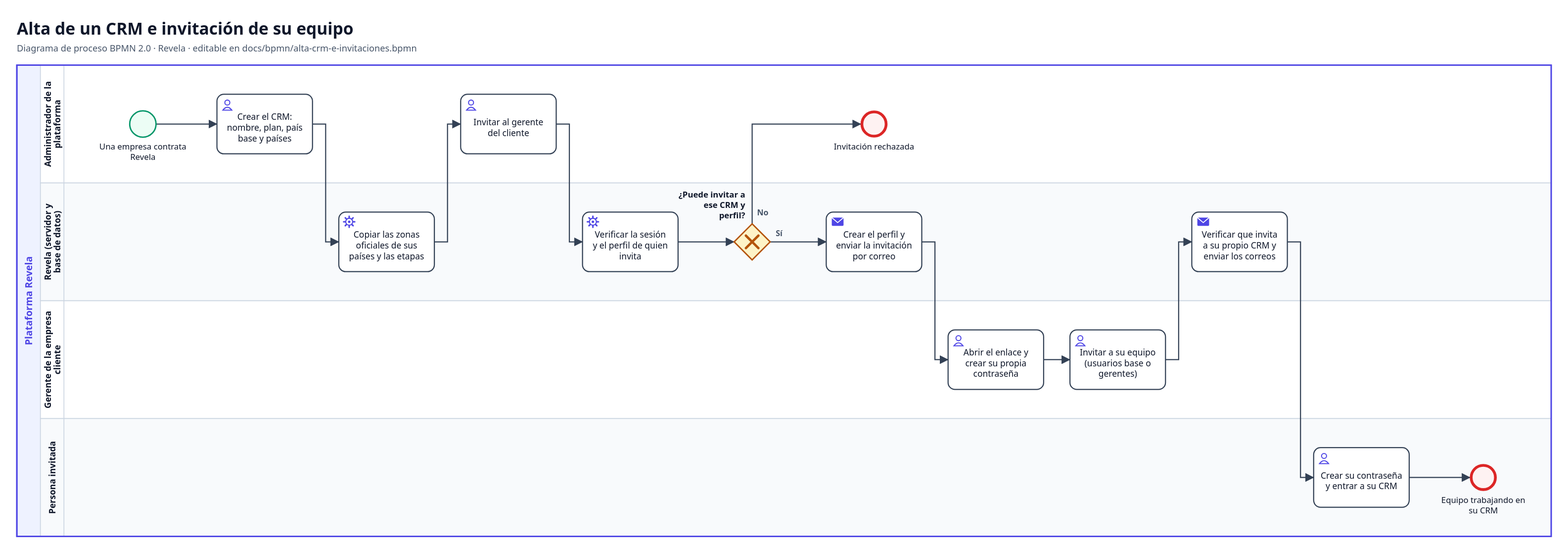
Above: docs/bpmn/alta-crm-e-invitaciones.svg in YairCosta/CAPSTONE_003D (BPMN), before the change. Its source is kept beside it as docs/bpmn/alta-crm-e-invitaciones.bpmn. Ids are renumbered.
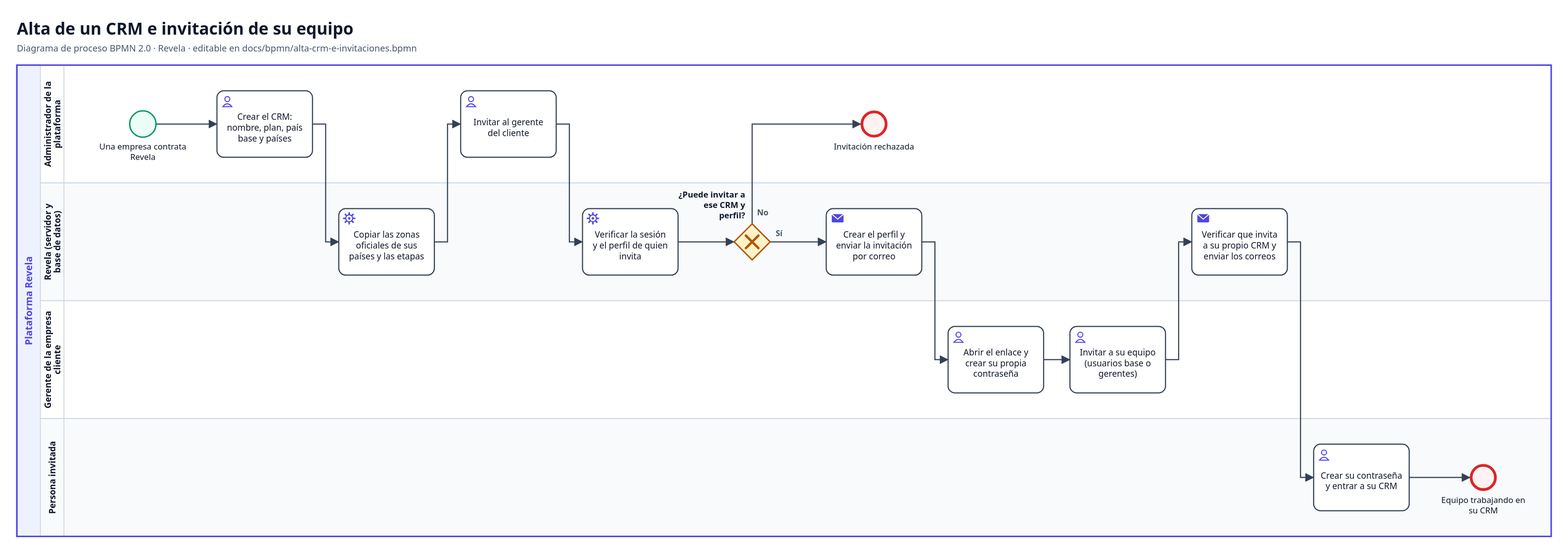
After the change.

What changed in the source:
```diff
@@ -112,16 +112,16 @@
         <bpmndi:BPMNLabel><dc:Bounds x="139" y="204" width="134" height="32" /></bpmndi:BPMNLabel>
       </bpmndi:BPMNShape>
       <bpmndi:BPMNShape id="Nodo_crear_di" bpmnElement="Nodo_crear">
-        <dc:Bounds x="313" y="136" width="138" height="86" />
+        <dc:Bounds x="313" y="131" width="138" height="96" />
       </bpmndi:BPMNShape>
       <bpmndi:BPMNShape id="Nodo_sembrar_di" bpmnElement="Nodo_sembrar">
-        <dc:Bounds x="489" y="306" width="138" height="86" />
+        <dc:Bounds x="489" y="301" width="138" height="96" />
       </bpmndi:BPMNShape>
       <bpmndi:BPMNShape id="Nodo_invitarGerente_di" bpmnElement="Nodo_invitarGerente">
-        <dc:Bounds x="665" y="136" width="138" height="86" />
+        <dc:Bounds x="665" y="131" width="138" height="96" />
       </bpmndi:BPMNShape>
       <bpmndi:BPMNShape id="Nodo_verificar_di" bpmnElement="Nodo_verificar">
-        <dc:Bounds x="841" y="306" width="138" height="86" />
+        <dc:Bounds x="841" y="301" width="138" height="96" />
       </bpmndi:BPMNShape>
       <bpmndi:BPMNShape id="Nodo_gPuede_di" bpmnElement="Nodo_gPuede" isMarkerVisible="true">
         <dc:Bounds x="1060" y="323" width="52" height="52" />
@@ -132,19 +132,19 @@
         <bpmndi:BPMNLabel><dc:Bounds x="1195" y="204" width="134" height="17" /></bpmndi:BPMNLabel>
       </bpmndi:BPMNShape>
       <bpmndi:BPMNShape id="Nodo_enviar_di" bpmnElement="Nodo_enviar">
-        <dc:Bounds x="1193" y="306" width="138" height="86" />
+        <dc:Bounds x="1193" y="301" width="138" height="96" />
       </bpmndi:BPMNShape>
       <bpmndi:BPMNShape id="Nodo_contrasena_di" bpmnElement="Nodo_contrasena">
-        <dc:Bounds x="1369" y="476" width="138" height="86" />
+        <dc:Bounds x="1369" y="471" width="138" height="96" />
       </bpmndi:BPMNShape>
       <bpmndi:BPMNShape id="Nodo_invitarEquipo_di" bpmnElement="Nodo_invitarEquipo">
-        <dc:Bounds x="1545" y="476" width="138" height="86" />
+        <dc:Bounds x="1545" y="471" width="138" height="96" />
       </bpmndi:BPMNShape>
       <bpmndi:BPMNShape id="Nodo_enviarEquipo_di" bpmnElement="Nodo_enviarEquipo">
-        <dc:Bounds x="1721" y="306" width="138" height="86" />
+        <dc:Bounds x="1721" y="301" width="138" height="96" />
       </bpmndi:BPMNShape>
       <bpmndi:BPMNShape id="Nodo_entrar_di" bpmnElement="Nodo_entrar">
-        <dc:Bounds x="1897" y="646" width="138" height="86" />
+        <dc:Bounds x="1897" y="641" width="138" height="96" />
       </bpmndi:BPMNShape>
       <bpmndi:BPMNShape id="Nodo_operando_di" bpmnElement="Nodo_operando">
         <dc:Bounds x="2123" y="670" width="38" height="38" />
```
